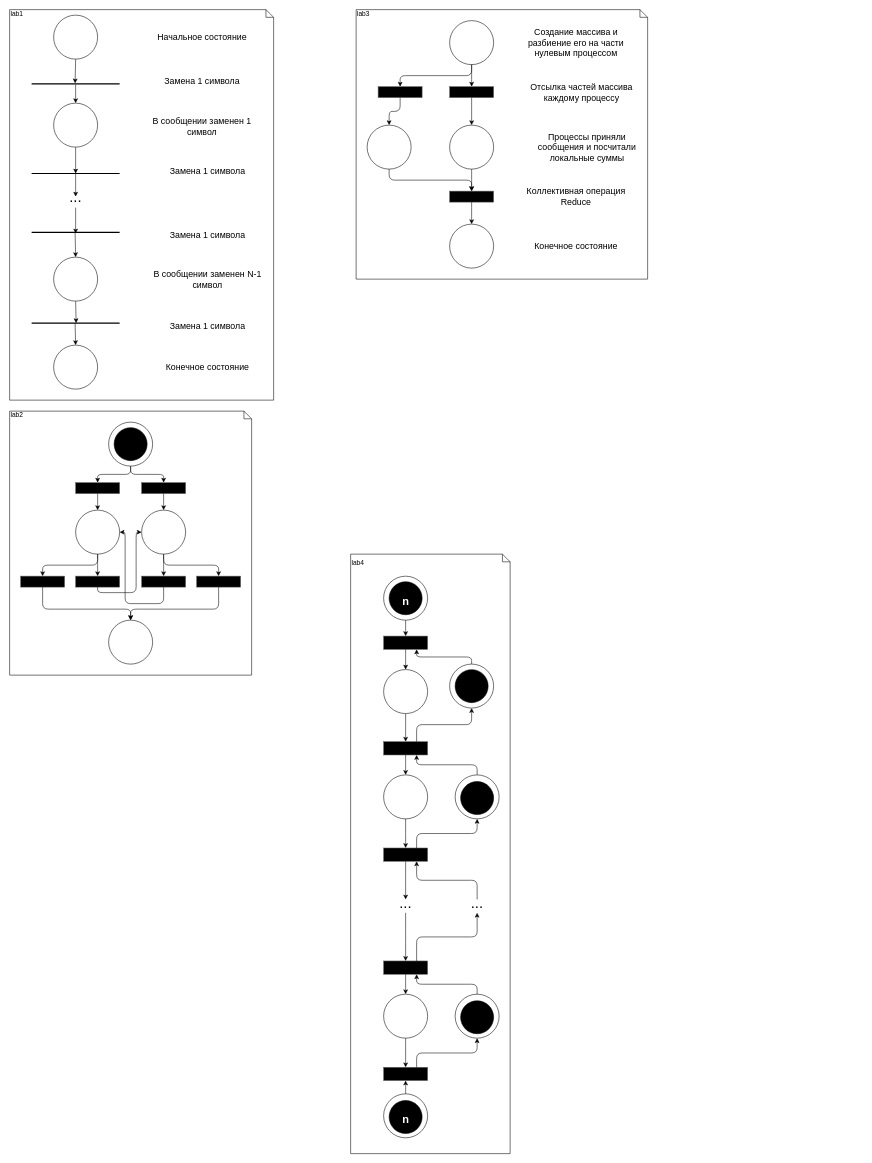
This is ParallelLabs.drawio from Xtail96/LETI_PARALLEL_LABS, a draw.io file, before an edit. Source tidied: cells renumbered, new cells numbered last; positions are measured from the earlier drawing's top-left corner, leaving out a move shared by most shapes. Both pictures are drawn from the tidied source at 55%, with x=0, y=0 at pixel (9, 9).
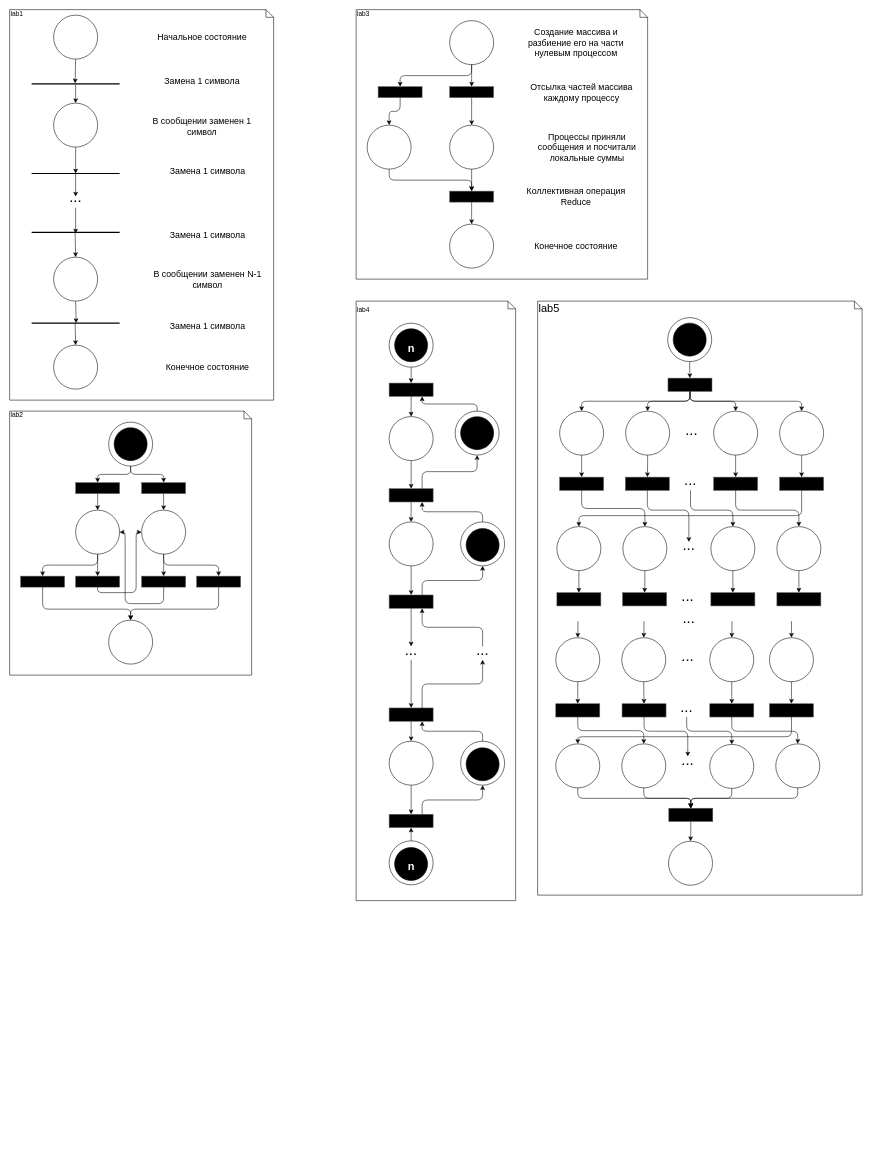
The same page after the edit.

The edit, as a diff of the source:
```diff
@@
     <mxCell id="76" style="group;" parent="1" vertex="1">
-      <mxGeometry x="620" y="1139" width="290" height="941" as="geometry" />
+      <mxGeometry x="630" y="679" width="290" height="941" as="geometry" />
     </mxCell>
@@
+    <mxCell id="119" style="group;" parent="1" vertex="1">
+      <mxGeometry x="960" y="530" width="590" height="1080" as="geometry" />
+    </mxCell>
+    <mxCell id="120" value="lab5" style="shape=note;whiteSpace=wrap;html=1;size=14;verticalAlign=top;align=left;spacingTop=-6;fontSize=20;fontColor=#000000;" parent="119" vertex="1">
+      <mxGeometry width="590" height="1080" as="geometry" />
+    </mxCell>
+    <mxCell id="121" style="ellipse;whiteSpace=wrap;html=1;" parent="119" vertex="1">
+      <mxGeometry x="236.5" y="30" width="80" height="80" as="geometry" />
+    </mxCell>
+    <mxCell id="122" style="ellipse;whiteSpace=wrap;html=1;fillColor=#000000;" parent="119" vertex="1">
+      <mxGeometry x="246.5" y="40" width="60" height="60" as="geometry" />
+    </mxCell>
+    <mxCell id="123" style="rounded=0;whiteSpace=wrap;html=1;fillColor=#000000;strokeColor=#666666;fontColor=#333333;" parent="119" vertex="1">
+      <mxGeometry x="237" y="140" width="80" height="24.2" as="geometry" />
+    </mxCell>
+    <mxCell id="124" style="ellipse;whiteSpace=wrap;html=1;" parent="119" vertex="1">
+      <mxGeometry x="40" y="200" width="80" height="80" as="geometry" />
+    </mxCell>
+    <mxCell id="125" style="ellipse;whiteSpace=wrap;html=1;" parent="119" vertex="1">
+      <mxGeometry x="160" y="200" width="80" height="80" as="geometry" />
+    </mxCell>
+    <mxCell id="126" style="ellipse;whiteSpace=wrap;html=1;" parent="119" vertex="1">
+      <mxGeometry x="320" y="200" width="80" height="80" as="geometry" />
+    </mxCell>
+    <mxCell id="127" style="ellipse;whiteSpace=wrap;html=1;" parent="119" vertex="1">
+      <mxGeometry x="440" y="200" width="80" height="80" as="geometry" />
+    </mxCell>
+    <mxCell id="128" style="rounded=0;whiteSpace=wrap;html=1;fillColor=#000000;strokeColor=#666666;fontColor=#333333;" parent="119" vertex="1">
+      <mxGeometry x="40" y="320" width="80" height="24.2" as="geometry" />
+    </mxCell>
+    <mxCell id="129" style="rounded=0;whiteSpace=wrap;html=1;fillColor=#000000;strokeColor=#666666;fontColor=#333333;" parent="119" vertex="1">
+      <mxGeometry x="159.5" y="320" width="80" height="24.2" as="geometry" />
+    </mxCell>
+    <mxCell id="130" style="rounded=0;whiteSpace=wrap;html=1;fillColor=#000000;strokeColor=#666666;fontColor=#333333;" parent="119" vertex="1">
+      <mxGeometry x="320" y="320" width="80" height="24.2" as="geometry" />
+    </mxCell>
+    <mxCell id="131" style="rounded=0;whiteSpace=wrap;html=1;fillColor=#000000;strokeColor=#666666;fontColor=#333333;" parent="119" vertex="1">
+      <mxGeometry x="440" y="320" width="80" height="24.2" as="geometry" />
+    </mxCell>
+    <mxCell id="132" value="&lt;font style=&quot;font-size: 27px&quot;&gt;...&lt;/font&gt;" style="text;html=1;strokeColor=none;fillColor=none;align=center;verticalAlign=bottom;whiteSpace=wrap;rounded=0padding:5px&#10;;" parent="119" vertex="1">
+      <mxGeometry x="258" y="319.9" width="40" height="24.2" as="geometry" />
+    </mxCell>
+    <mxCell id="133" value="&lt;font style=&quot;font-size: 27px&quot;&gt;...&lt;/font&gt;" style="text;html=1;strokeColor=none;fillColor=none;align=center;verticalAlign=bottom;whiteSpace=wrap;rounded=0padding:5px&#10;;" parent="119" vertex="1">
+      <mxGeometry x="260" y="227.9" width="40" height="24.2" as="geometry" />
+    </mxCell>
+    <mxCell id="134" style="ellipse;whiteSpace=wrap;html=1;" parent="119" vertex="1">
+      <mxGeometry x="35" y="410" width="80" height="80" as="geometry" />
+    </mxCell>
+    <mxCell id="135" style="ellipse;whiteSpace=wrap;html=1;" parent="119" vertex="1">
+      <mxGeometry x="155" y="410" width="80" height="80" as="geometry" />
+    </mxCell>
+    <mxCell id="136" style="ellipse;whiteSpace=wrap;html=1;" parent="119" vertex="1">
+      <mxGeometry x="315" y="410" width="80" height="80" as="geometry" />
+    </mxCell>
+    <mxCell id="137" style="ellipse;whiteSpace=wrap;html=1;" parent="119" vertex="1">
+      <mxGeometry x="435" y="410" width="80" height="80" as="geometry" />
+    </mxCell>
+    <mxCell id="138" style="rounded=0;whiteSpace=wrap;html=1;fillColor=#000000;strokeColor=#666666;fontColor=#333333;" parent="119" vertex="1">
+      <mxGeometry x="35" y="530" width="80" height="24.2" as="geometry" />
+    </mxCell>
+    <mxCell id="139" style="rounded=0;whiteSpace=wrap;html=1;fillColor=#000000;strokeColor=#666666;fontColor=#333333;" parent="119" vertex="1">
+      <mxGeometry x="154.5" y="530" width="80" height="24.2" as="geometry" />
+    </mxCell>
+    <mxCell id="140" style="rounded=0;whiteSpace=wrap;html=1;fillColor=#000000;strokeColor=#666666;fontColor=#333333;" parent="119" vertex="1">
+      <mxGeometry x="315" y="530" width="80" height="24.2" as="geometry" />
+    </mxCell>
+    <mxCell id="141" style="rounded=0;whiteSpace=wrap;html=1;fillColor=#000000;strokeColor=#666666;fontColor=#333333;" parent="119" vertex="1">
+      <mxGeometry x="435" y="530" width="80" height="24.2" as="geometry" />
+    </mxCell>
+    <mxCell id="142" value="&lt;font style=&quot;font-size: 27px&quot;&gt;...&lt;/font&gt;" style="text;html=1;strokeColor=none;fillColor=none;align=center;verticalAlign=bottom;whiteSpace=wrap;rounded=0padding:5px&#10;;" parent="119" vertex="1">
+      <mxGeometry x="253" y="529.9" width="40" height="24.2" as="geometry" />
+    </mxCell>
+    <mxCell id="143" value="&lt;font style=&quot;font-size: 27px&quot;&gt;...&lt;/font&gt;" style="text;html=1;strokeColor=none;fillColor=none;align=center;verticalAlign=bottom;whiteSpace=wrap;rounded=0padding:5px&#10;;" parent="119" vertex="1">
+      <mxGeometry x="255" y="437.9" width="40" height="24.2" as="geometry" />
+    </mxCell>
+    <mxCell id="144" value="&lt;font style=&quot;font-size: 27px&quot;&gt;...&lt;/font&gt;" style="text;html=1;strokeColor=none;fillColor=none;align=center;verticalAlign=bottom;whiteSpace=wrap;rounded=0padding:5px&#10;;" parent="119" vertex="1">
+      <mxGeometry x="255" y="569.9" width="40" height="24.2" as="geometry" />
+    </mxCell>
+    <mxCell id="145" style="ellipse;whiteSpace=wrap;html=1;" parent="119" vertex="1">
+      <mxGeometry x="33" y="612" width="80" height="80" as="geometry" />
+    </mxCell>
+    <mxCell id="146" style="ellipse;whiteSpace=wrap;html=1;" parent="119" vertex="1">
+      <mxGeometry x="153" y="612" width="80" height="80" as="geometry" />
+    </mxCell>
+    <mxCell id="147" style="ellipse;whiteSpace=wrap;html=1;" parent="119" vertex="1">
+      <mxGeometry x="313" y="612" width="80" height="80" as="geometry" />
+    </mxCell>
+    <mxCell id="148" style="ellipse;whiteSpace=wrap;html=1;" parent="119" vertex="1">
+      <mxGeometry x="421.5" y="612" width="80" height="80" as="geometry" />
+    </mxCell>
+    <mxCell id="149" style="rounded=0;whiteSpace=wrap;html=1;fillColor=#000000;strokeColor=#666666;fontColor=#333333;" parent="119" vertex="1">
+      <mxGeometry x="33" y="732" width="80" height="24.2" as="geometry" />
+    </mxCell>
+    <mxCell id="150" style="rounded=0;whiteSpace=wrap;html=1;fillColor=#000000;strokeColor=#666666;fontColor=#333333;" parent="119" vertex="1">
+      <mxGeometry x="153.5" y="732" width="80" height="24.2" as="geometry" />
+    </mxCell>
+    <mxCell id="151" style="rounded=0;whiteSpace=wrap;html=1;fillColor=#000000;strokeColor=#666666;fontColor=#333333;" parent="119" vertex="1">
+      <mxGeometry x="313" y="732" width="80" height="24.2" as="geometry" />
+    </mxCell>
+    <mxCell id="152" style="rounded=0;whiteSpace=wrap;html=1;fillColor=#000000;strokeColor=#666666;fontColor=#333333;" parent="119" vertex="1">
+      <mxGeometry x="421.5" y="732" width="80" height="24.2" as="geometry" />
+    </mxCell>
+    <mxCell id="153" value="&lt;font style=&quot;font-size: 27px&quot;&gt;...&lt;/font&gt;" style="text;html=1;strokeColor=none;fillColor=none;align=center;verticalAlign=bottom;whiteSpace=wrap;rounded=0padding:5px&#10;;" parent="119" vertex="1">
+      <mxGeometry x="251" y="731.9" width="40" height="24.2" as="geometry" />
+    </mxCell>
+    <mxCell id="154" value="&lt;font style=&quot;font-size: 27px&quot;&gt;...&lt;/font&gt;" style="text;html=1;strokeColor=none;fillColor=none;align=center;verticalAlign=bottom;whiteSpace=wrap;rounded=0padding:5px&#10;;" parent="119" vertex="1">
+      <mxGeometry x="253" y="639.9" width="40" height="24.2" as="geometry" />
+    </mxCell>
+    <mxCell id="155" style="ellipse;whiteSpace=wrap;html=1;" parent="119" vertex="1">
+      <mxGeometry x="33" y="805" width="80" height="80" as="geometry" />
+    </mxCell>
+    <mxCell id="156" style="ellipse;whiteSpace=wrap;html=1;" parent="119" vertex="1">
+      <mxGeometry x="153" y="805" width="80" height="80" as="geometry" />
+    </mxCell>
+    <mxCell id="157" style="ellipse;whiteSpace=wrap;html=1;" parent="119" vertex="1">
+      <mxGeometry x="313" y="806" width="80" height="80" as="geometry" />
+    </mxCell>
+    <mxCell id="158" style="ellipse;whiteSpace=wrap;html=1;" parent="119" vertex="1">
+      <mxGeometry x="433" y="805" width="80" height="80" as="geometry" />
+    </mxCell>
+    <mxCell id="159" value="&lt;font style=&quot;font-size: 27px&quot;&gt;...&lt;/font&gt;" style="text;html=1;strokeColor=none;fillColor=none;align=center;verticalAlign=bottom;whiteSpace=wrap;rounded=0padding:5px&#10;;" parent="119" vertex="1">
+      <mxGeometry x="253" y="827.9" width="40" height="24.2" as="geometry" />
+    </mxCell>
+    <mxCell id="160" style="rounded=0;whiteSpace=wrap;html=1;fillColor=#000000;strokeColor=#666666;fontColor=#333333;" parent="119" vertex="1">
+      <mxGeometry x="238.5" y="922" width="80" height="24.2" as="geometry" />
+    </mxCell>
+    <mxCell id="161" style="ellipse;whiteSpace=wrap;html=1;" parent="119" vertex="1">
+      <mxGeometry x="238" y="982" width="80" height="80" as="geometry" />
+    </mxCell>
+    <mxCell id="162" style="edgeStyle=elbowEdgeStyle;elbow=vertical;endArrow=classic;html=1;fontSize=20;fontColor=#000000;entryX=0.5;entryY=0;entryDx=0;entryDy=0;exitX=0.5;exitY=1;exitDx=0;exitDy=0;" parent="119" edge="1" source="121" target="123">
+      <mxGeometry relative="1" as="geometry" />
+    </mxCell>
+    <mxCell id="163" style="edgeStyle=elbowEdgeStyle;elbow=vertical;endArrow=classic;html=1;fontSize=20;fontColor=#000000;exitX=0.5;exitY=1;exitDx=0;exitDy=0;entryX=0.5;entryY=0;entryDx=0;entryDy=0;" parent="119" edge="1" source="123" target="124">
+      <mxGeometry relative="1" as="geometry" />
+    </mxCell>
+    <mxCell id="164" style="edgeStyle=elbowEdgeStyle;elbow=vertical;endArrow=classic;html=1;fontSize=20;fontColor=#000000;exitX=0.5;exitY=1;exitDx=0;exitDy=0;entryX=0.5;entryY=0;entryDx=0;entryDy=0;" parent="119" edge="1" source="123" target="125">
+      <mxGeometry relative="1" as="geometry" />
+    </mxCell>
+    <mxCell id="165" style="edgeStyle=elbowEdgeStyle;elbow=vertical;endArrow=classic;html=1;fontSize=20;fontColor=#000000;exitX=0.5;exitY=1;exitDx=0;exitDy=0;entryX=0.5;entryY=0;entryDx=0;entryDy=0;" parent="119" edge="1" source="123" target="126">
+      <mxGeometry relative="1" as="geometry" />
+    </mxCell>
+    <mxCell id="166" style="edgeStyle=elbowEdgeStyle;elbow=vertical;endArrow=classic;html=1;fontSize=20;fontColor=#000000;exitX=0.5;exitY=1;exitDx=0;exitDy=0;entryX=0.5;entryY=0;entryDx=0;entryDy=0;" parent="119" edge="1" source="123" target="127">
+      <mxGeometry relative="1" as="geometry" />
+    </mxCell>
+    <mxCell id="167" style="edgeStyle=elbowEdgeStyle;elbow=vertical;endArrow=classic;html=1;fontSize=20;fontColor=#000000;exitX=0.5;exitY=1;exitDx=0;exitDy=0;entryX=0.5;entryY=0;entryDx=0;entryDy=0;" parent="119" edge="1" source="124" target="128">
+      <mxGeometry relative="1" as="geometry" />
+    </mxCell>
+    <mxCell id="168" style="edgeStyle=elbowEdgeStyle;elbow=vertical;endArrow=classic;html=1;fontSize=20;fontColor=#000000;exitX=0.5;exitY=1;exitDx=0;exitDy=0;entryX=0.5;entryY=0;entryDx=0;entryDy=0;" parent="119" edge="1" source="125" target="129">
+      <mxGeometry relative="1" as="geometry" />
+    </mxCell>
+    <mxCell id="169" style="edgeStyle=elbowEdgeStyle;elbow=vertical;endArrow=classic;html=1;fontSize=20;fontColor=#000000;exitX=0.5;exitY=1;exitDx=0;exitDy=0;entryX=0.5;entryY=0;entryDx=0;entryDy=0;" parent="119" edge="1" source="126" target="130">
+      <mxGeometry relative="1" as="geometry" />
+    </mxCell>
+    <mxCell id="170" style="edgeStyle=elbowEdgeStyle;elbow=vertical;endArrow=classic;html=1;fontSize=20;fontColor=#000000;exitX=0.5;exitY=1;exitDx=0;exitDy=0;entryX=0.5;entryY=0;entryDx=0;entryDy=0;" parent="119" edge="1" source="127" target="131">
+      <mxGeometry relative="1" as="geometry" />
+    </mxCell>
+    <mxCell id="171" style="edgeStyle=elbowEdgeStyle;elbow=vertical;endArrow=classic;html=1;fontSize=20;fontColor=#000000;exitX=0.5;exitY=1;exitDx=0;exitDy=0;entryX=0.5;entryY=0;entryDx=0;entryDy=0;" parent="119" edge="1" source="128" target="135">
+      <mxGeometry relative="1" as="geometry" />
+    </mxCell>
+    <mxCell id="172" style="edgeStyle=elbowEdgeStyle;elbow=vertical;endArrow=classic;html=1;fontSize=20;fontColor=#000000;exitX=0.5;exitY=1;exitDx=0;exitDy=0;entryX=0.5;entryY=0;entryDx=0;entryDy=0;" parent="119" edge="1" source="129" target="143">
+      <mxGeometry relative="1" as="geometry">
+        <Array as="points">
+          <mxPoint x="240" y="380" />
+        </Array>
+      </mxGeometry>
+    </mxCell>
+    <mxCell id="173" style="edgeStyle=elbowEdgeStyle;elbow=vertical;endArrow=classic;html=1;fontSize=20;fontColor=#000000;exitX=0.5;exitY=1;exitDx=0;exitDy=0;entryX=0.5;entryY=0;entryDx=0;entryDy=0;" parent="119" edge="1" source="132" target="136">
+      <mxGeometry relative="1" as="geometry">
+        <Array as="points">
+          <mxPoint x="320" y="380" />
+        </Array>
+      </mxGeometry>
+    </mxCell>
+    <mxCell id="174" style="edgeStyle=elbowEdgeStyle;elbow=vertical;endArrow=classic;html=1;fontSize=20;fontColor=#000000;exitX=0.5;exitY=1;exitDx=0;exitDy=0;entryX=0.5;entryY=0;entryDx=0;entryDy=0;" parent="119" edge="1" source="130" target="137">
+      <mxGeometry relative="1" as="geometry">
+        <Array as="points">
+          <mxPoint x="420" y="380" />
+        </Array>
+      </mxGeometry>
+    </mxCell>
+    <mxCell id="175" style="edgeStyle=elbowEdgeStyle;elbow=vertical;endArrow=classic;html=1;fontSize=20;fontColor=#000000;exitX=0.5;exitY=1;exitDx=0;exitDy=0;entryX=0.5;entryY=0;entryDx=0;entryDy=0;" parent="119" edge="1" source="131" target="134">
+      <mxGeometry relative="1" as="geometry">
+        <Array as="points">
+          <mxPoint x="280" y="390" />
+        </Array>
+      </mxGeometry>
+    </mxCell>
+    <mxCell id="176" style="edgeStyle=elbowEdgeStyle;elbow=vertical;endArrow=classic;html=1;fontSize=20;fontColor=#000000;exitX=0.5;exitY=1;exitDx=0;exitDy=0;entryX=0.5;entryY=0;entryDx=0;entryDy=0;" parent="119" edge="1" source="134" target="138">
+      <mxGeometry relative="1" as="geometry" />
+    </mxCell>
+    <mxCell id="177" style="edgeStyle=elbowEdgeStyle;elbow=vertical;endArrow=classic;html=1;fontSize=20;fontColor=#000000;exitX=0.5;exitY=1;exitDx=0;exitDy=0;entryX=0.5;entryY=0;entryDx=0;entryDy=0;" parent="119" edge="1" source="135" target="139">
+      <mxGeometry relative="1" as="geometry" />
+    </mxCell>
+    <mxCell id="178" style="edgeStyle=elbowEdgeStyle;elbow=vertical;endArrow=classic;html=1;fontSize=20;fontColor=#000000;exitX=0.5;exitY=1;exitDx=0;exitDy=0;entryX=0.5;entryY=0;entryDx=0;entryDy=0;" parent="119" edge="1" source="136" target="140">
+      <mxGeometry relative="1" as="geometry" />
+    </mxCell>
+    <mxCell id="179" style="edgeStyle=elbowEdgeStyle;elbow=vertical;endArrow=classic;html=1;fontSize=20;fontColor=#000000;exitX=0.5;exitY=1;exitDx=0;exitDy=0;entryX=0.5;entryY=0;entryDx=0;entryDy=0;" parent="119" edge="1" source="137" target="141">
+      <mxGeometry relative="1" as="geometry" />
+    </mxCell>
+    <mxCell id="180" style="endArrow=classic;html=1;fontSize=20;fontColor=#000000;entryX=0.5;entryY=0;entryDx=0;entryDy=0;" parent="119" edge="1" target="145">
+      <mxGeometry relative="1" as="geometry">
+        <mxPoint x="73.5" y="582" as="sourcePoint" />
+      </mxGeometry>
+    </mxCell>
+    <mxCell id="181" style="endArrow=classic;html=1;fontSize=20;fontColor=#000000;entryX=0.5;entryY=0;entryDx=0;entryDy=0;" parent="119" edge="1" target="146">
+      <mxGeometry relative="1" as="geometry">
+        <mxPoint x="193.5" y="582" as="sourcePoint" />
+      </mxGeometry>
+    </mxCell>
+    <mxCell id="182" style="endArrow=classic;html=1;fontSize=20;fontColor=#000000;entryX=0.5;entryY=0;entryDx=0;entryDy=0;" parent="119" edge="1" target="147">
+      <mxGeometry relative="1" as="geometry">
+        <mxPoint x="353.5" y="582" as="sourcePoint" />
+      </mxGeometry>
+    </mxCell>
+    <mxCell id="183" style="endArrow=classic;html=1;fontSize=20;fontColor=#000000;entryX=0.5;entryY=0;entryDx=0;entryDy=0;" parent="119" edge="1" target="148">
+      <mxGeometry relative="1" as="geometry">
+        <mxPoint x="461.5" y="582" as="sourcePoint" />
+      </mxGeometry>
+    </mxCell>
+    <mxCell id="184" style="edgeStyle=elbowEdgeStyle;elbow=vertical;endArrow=classic;html=1;fontSize=20;fontColor=#000000;exitX=0.5;exitY=1;exitDx=0;exitDy=0;entryX=0.5;entryY=0;entryDx=0;entryDy=0;" parent="119" edge="1" source="145" target="149">
+      <mxGeometry relative="1" as="geometry" />
+    </mxCell>
+    <mxCell id="185" style="edgeStyle=elbowEdgeStyle;elbow=vertical;endArrow=classic;html=1;fontSize=20;fontColor=#000000;exitX=0.5;exitY=1;exitDx=0;exitDy=0;entryX=0.5;entryY=0;entryDx=0;entryDy=0;" parent="119" edge="1" source="146" target="150">
+      <mxGeometry relative="1" as="geometry" />
+    </mxCell>
+    <mxCell id="186" style="edgeStyle=elbowEdgeStyle;elbow=vertical;endArrow=classic;html=1;fontSize=20;fontColor=#000000;exitX=0.5;exitY=1;exitDx=0;exitDy=0;entryX=0.5;entryY=0;entryDx=0;entryDy=0;" parent="119" edge="1" source="147" target="151">
+      <mxGeometry relative="1" as="geometry" />
+    </mxCell>
+    <mxCell id="187" style="edgeStyle=elbowEdgeStyle;elbow=vertical;endArrow=classic;html=1;fontSize=20;fontColor=#000000;exitX=0.5;exitY=1;exitDx=0;exitDy=0;entryX=0.5;entryY=0;entryDx=0;entryDy=0;" parent="119" edge="1" source="148" target="152">
+      <mxGeometry relative="1" as="geometry" />
+    </mxCell>
+    <mxCell id="188" style="edgeStyle=elbowEdgeStyle;elbow=vertical;endArrow=classic;html=1;fontSize=20;fontColor=#000000;exitX=0.5;exitY=1;exitDx=0;exitDy=0;entryX=0.5;entryY=0;entryDx=0;entryDy=0;" parent="119" edge="1" source="149" target="156">
+      <mxGeometry relative="1" as="geometry" />
+    </mxCell>
+    <mxCell id="189" style="edgeStyle=elbowEdgeStyle;elbow=vertical;endArrow=classic;html=1;fontSize=20;fontColor=#000000;exitX=0.5;exitY=1;exitDx=0;exitDy=0;entryX=0.5;entryY=0;entryDx=0;entryDy=0;" parent="119" edge="1" source="150" target="159">
+      <mxGeometry relative="1" as="geometry">
+        <Array as="points">
+          <mxPoint x="241.5" y="782" />
+        </Array>
+      </mxGeometry>
+    </mxCell>
+    <mxCell id="190" style="edgeStyle=elbowEdgeStyle;elbow=vertical;endArrow=classic;html=1;fontSize=20;fontColor=#000000;exitX=0.5;exitY=1;exitDx=0;exitDy=0;entryX=0.5;entryY=0;entryDx=0;entryDy=0;" parent="119" edge="1" source="153" target="157">
+      <mxGeometry relative="1" as="geometry">
+        <Array as="points">
+          <mxPoint x="311.5" y="782" />
+        </Array>
+      </mxGeometry>
+    </mxCell>
+    <mxCell id="191" style="edgeStyle=elbowEdgeStyle;elbow=vertical;endArrow=classic;html=1;fontSize=20;fontColor=#000000;exitX=0.5;exitY=1;exitDx=0;exitDy=0;entryX=0.5;entryY=0;entryDx=0;entryDy=0;" parent="119" edge="1" source="151" target="158">
+      <mxGeometry relative="1" as="geometry">
+        <Array as="points">
+          <mxPoint x="411.5" y="782" />
+        </Array>
+      </mxGeometry>
+    </mxCell>
+    <mxCell id="192" style="edgeStyle=elbowEdgeStyle;elbow=vertical;endArrow=classic;html=1;fontSize=20;fontColor=#000000;exitX=0.5;exitY=1;exitDx=0;exitDy=0;entryX=0.5;entryY=0;entryDx=0;entryDy=0;" parent="119" edge="1" source="152" target="155">
+      <mxGeometry relative="1" as="geometry">
+        <Array as="points">
+          <mxPoint x="271.5" y="792" />
+        </Array>
+      </mxGeometry>
+    </mxCell>
+    <mxCell id="193" style="edgeStyle=elbowEdgeStyle;elbow=vertical;endArrow=classic;html=1;fontSize=20;fontColor=#000000;exitX=0.5;exitY=1;exitDx=0;exitDy=0;entryX=0.5;entryY=0;entryDx=0;entryDy=0;" parent="119" edge="1" source="155" target="160">
+      <mxGeometry relative="1" as="geometry" />
+    </mxCell>
+    <mxCell id="194" style="edgeStyle=elbowEdgeStyle;elbow=vertical;endArrow=classic;html=1;fontSize=20;fontColor=#000000;exitX=0.5;exitY=1;exitDx=0;exitDy=0;entryX=0.5;entryY=0;entryDx=0;entryDy=0;" parent="119" edge="1" source="156" target="160">
+      <mxGeometry relative="1" as="geometry" />
+    </mxCell>
+    <mxCell id="195" style="edgeStyle=elbowEdgeStyle;elbow=vertical;endArrow=classic;html=1;fontSize=20;fontColor=#000000;exitX=0.5;exitY=1;exitDx=0;exitDy=0;entryX=0.5;entryY=0;entryDx=0;entryDy=0;" parent="119" edge="1" source="157" target="160">
+      <mxGeometry relative="1" as="geometry" />
+    </mxCell>
+    <mxCell id="196" style="edgeStyle=elbowEdgeStyle;elbow=vertical;endArrow=classic;html=1;fontSize=20;fontColor=#000000;exitX=0.5;exitY=1;exitDx=0;exitDy=0;entryX=0.5;entryY=0;entryDx=0;entryDy=0;" parent="119" edge="1" source="158" target="160">
+      <mxGeometry relative="1" as="geometry" />
+    </mxCell>
+    <mxCell id="197" style="edgeStyle=elbowEdgeStyle;elbow=vertical;endArrow=classic;html=1;fontSize=20;fontColor=#000000;exitX=0.5;exitY=1;exitDx=0;exitDy=0;entryX=0.5;entryY=0;entryDx=0;entryDy=0;" parent="119" edge="1" source="160" target="161">
+      <mxGeometry relative="1" as="geometry" />
+    </mxCell>
```
